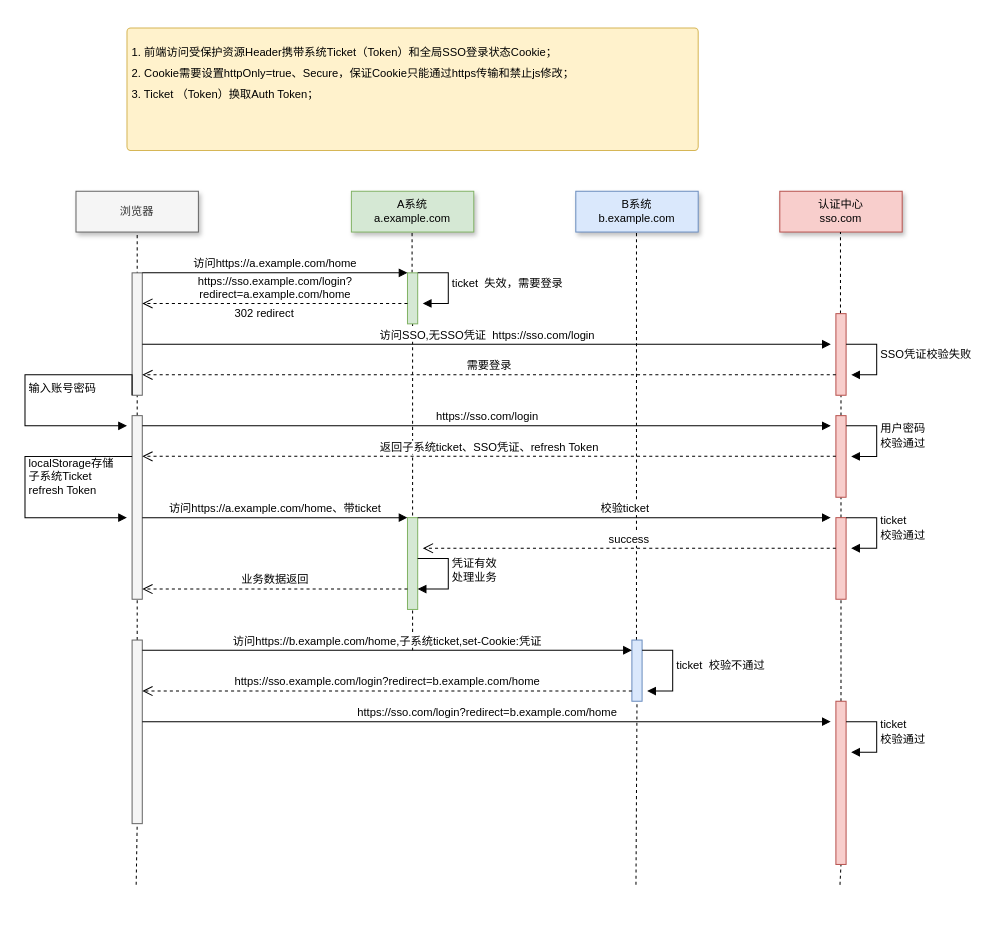
This is SSO-LOGIN.drawio from lance631/notes, a draw.io file, before an edit. Source tidied: cells renumbered, new cells numbered last; positions are measured from the earlier drawing's top-left corner, leaving out a move shared by most shapes. Both pictures are drawn from the tidied source at 102%, with x=0, y=0 at pixel (24, 28).
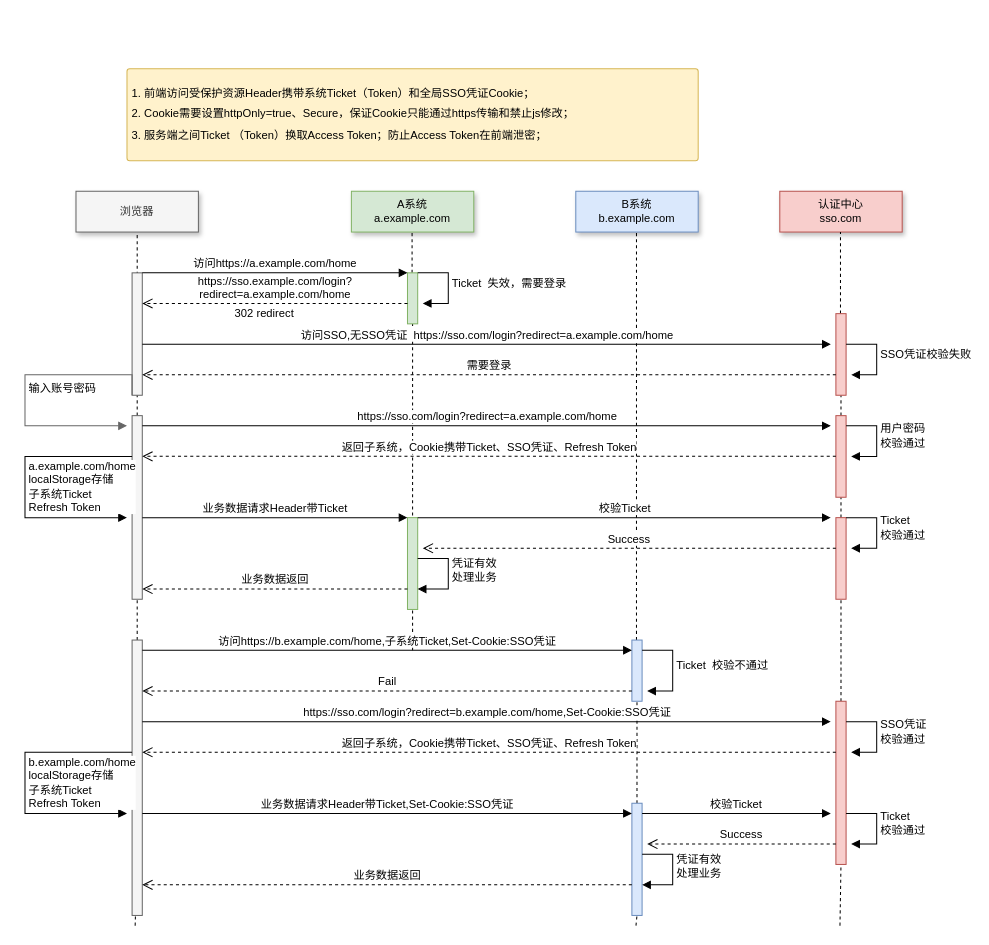
The same page after the edit.

Unchanged cells that the change refers to:
```xml
<mxCell id="24" style="html=1;points=[[0,0,0,0,5],[0,1,0,0,-5],[1,0,0,0,5],[1,1,0,0,-5]];perimeter=orthogonalPerimeter;outlineConnect=0;targetShapes=umlLifeline;portConstraint=eastwest;newEdgeStyle={&quot;curved&quot;:0,&quot;rounded&quot;:0};fillColor=#f5f5f5;fontColor=#333333;strokeColor=#666666;fontSize=11;" parent="1" vertex="1">
  <mxGeometry x="105" y="380" width="10" height="180" as="geometry" />
</mxCell>
<mxCell id="44" style="html=1;points=[[0,0,0,0,5],[0,1,0,0,-5],[1,0,0,0,5],[1,1,0,0,-5]];perimeter=orthogonalPerimeter;outlineConnect=0;targetShapes=umlLifeline;portConstraint=eastwest;newEdgeStyle={&quot;curved&quot;:0,&quot;rounded&quot;:0};fillColor=#dae8fc;strokeColor=#6c8ebf;fontSize=11;" parent="1" vertex="1">
  <mxGeometry x="595" y="600" width="10" height="60" as="geometry" />
</mxCell>
<mxCell id="50" style="html=1;points=[[0,0,0,0,5],[0,1,0,0,-5],[1,0,0,0,5],[1,1,0,0,-5]];perimeter=orthogonalPerimeter;outlineConnect=0;targetShapes=umlLifeline;portConstraint=eastwest;newEdgeStyle={&quot;curved&quot;:0,&quot;rounded&quot;:0};fillColor=#f8cecc;strokeColor=#b85450;fontSize=11;" parent="1" vertex="1">
  <mxGeometry x="795" y="660" width="10" height="160" as="geometry" />
</mxCell>
```

Change to the diagram source:
```diff
@@
     <mxCell id="2" style="rounded=1;whiteSpace=wrap;html=1;fillColor=#fff2cc;strokeColor=#d6b656;arcSize=3;fontSize=11;" parent="1" vertex="1">
-      <mxGeometry x="100" width="560" height="120" as="geometry" />
+      <mxGeometry x="100" y="40" width="560" height="90" as="geometry" />
     </mxCell>
-    <mxCell id="3" value="&lt;h1 style=&quot;font-size: 11px;&quot;&gt;&lt;font style=&quot;font-size: 11px; font-weight: normal;&quot;&gt;&lt;br style=&quot;font-size: 11px;&quot;&gt;&lt;/font&gt;&lt;/h1&gt;&lt;h1 style=&quot;font-size: 11px;&quot;&gt;&lt;font style=&quot;font-size: 11px; font-weight: normal;&quot;&gt;1. 前端访问受保护资源Header携带系统Ticket（Token）和全局SSO登录状态Cookie；&lt;/font&gt;&lt;/h1&gt;&lt;h1 style=&quot;font-size: 11px;&quot;&gt;&lt;span style=&quot;font-weight: normal; font-size: 11px;&quot;&gt;2. Cookie需要设置httpOnly=true、Secure，保证Cookie只能通过https传输和禁止js修改；&lt;/span&gt;&lt;/h1&gt;&lt;div style=&quot;font-size: 11px;&quot;&gt;&lt;span style=&quot;background-color: initial; font-size: 11px;&quot;&gt;3. Ticket （Token）换取Auth Token；&lt;/span&gt;&lt;br style=&quot;font-size: 11px;&quot;&gt;&lt;/div&gt;&lt;div style=&quot;font-size: 11px;&quot;&gt;&lt;font style=&quot;font-weight: normal; font-size: 11px;&quot;&gt;&lt;br style=&quot;font-size: 11px;&quot;&gt;&lt;/font&gt;&lt;/div&gt;" style="text;html=1;strokeColor=none;fillColor=none;spacing=5;spacingTop=-20;whiteSpace=wrap;overflow=hidden;rounded=0;fontSize=11;" parent="1" vertex="1">
-      <mxGeometry x="100" width="540" height="120" as="geometry" />
+    <mxCell id="3" value="&lt;h1 style=&quot;font-size: 11px;&quot;&gt;&lt;font style=&quot;font-size: 11px; font-weight: normal;&quot;&gt;&lt;br style=&quot;font-size: 11px;&quot;&gt;&lt;/font&gt;&lt;/h1&gt;&lt;h1 style=&quot;font-size: 11px;&quot;&gt;&lt;font style=&quot;font-size: 11px; font-weight: normal;&quot;&gt;1. 前端访问受保护资源Header携带系统Ticket（Token）和全局SSO凭证Cookie；&lt;/font&gt;&lt;/h1&gt;&lt;h1 style=&quot;font-size: 11px;&quot;&gt;&lt;span style=&quot;font-weight: normal; font-size: 11px;&quot;&gt;2. Cookie需要设置httpOnly=true、Secure，保证Cookie只能通过https传输和禁止js修改；&lt;/span&gt;&lt;/h1&gt;&lt;div style=&quot;font-size: 11px;&quot;&gt;&lt;span style=&quot;background-color: initial; font-size: 11px;&quot;&gt;3. 服务端之间Ticket （Token）换取Access Token；防止Access Token在前端泄密；&lt;/span&gt;&lt;/div&gt;" style="text;html=1;strokeColor=none;fillColor=none;spacing=5;spacingTop=-20;whiteSpace=wrap;overflow=hidden;rounded=0;fontSize=11;" parent="1" vertex="1">
+      <mxGeometry x="100" y="40" width="540" height="100" as="geometry" />
     </mxCell>
@@
-    <mxCell id="16" value="ticket&amp;nbsp; 失效，需要登录" style="html=1;align=left;spacingLeft=2;endArrow=block;rounded=0;edgeStyle=orthogonalEdgeStyle;curved=0;rounded=0;fontSize=11;" parent="1" edge="1">
+    <mxCell id="16" value="Ticket&amp;nbsp; 失效，需要登录" style="html=1;align=left;spacingLeft=2;endArrow=block;rounded=0;edgeStyle=orthogonalEdgeStyle;curved=0;rounded=0;fontSize=11;" parent="1" edge="1">
       <mxGeometry x="-0.06" relative="1" as="geometry">
         <mxPoint x="385" y="240" as="sourcePoint" />
         <mxPoint x="390" y="270" as="targetPoint" />
         <Array as="points">
           <mxPoint x="415" y="270" />
         </Array>
       </mxGeometry>
     </mxCell>
@@
-    <mxCell id="20" value="访问SSO,无SSO凭证&amp;nbsp; https://sso.com/login" style="html=1;verticalAlign=bottom;endArrow=block;curved=0;rounded=0;" parent="1" edge="1">
+    <mxCell id="20" value="访问SSO,无SSO凭证&amp;nbsp; https://sso.com/login?redirect=a.example.com/home" style="html=1;verticalAlign=bottom;endArrow=block;curved=0;rounded=0;" parent="1" edge="1">
       <mxGeometry relative="1" as="geometry">
         <mxPoint x="115" y="310" as="sourcePoint" />
         <mxPoint x="790" y="310" as="targetPoint" />
       </mxGeometry>
     </mxCell>
@@
-    <mxCell id="27" value="https://sso.com/login" style="html=1;verticalAlign=bottom;endArrow=block;curved=0;rounded=0;" parent="1" edge="1">
+    <mxCell id="27" value="https://sso.com/login?redirect=a.example.com/home" style="html=1;verticalAlign=bottom;endArrow=block;curved=0;rounded=0;" parent="1" edge="1">
       <mxGeometry relative="1" as="geometry">
         <mxPoint x="115" y="390" as="sourcePoint" />
         <mxPoint x="790" y="390" as="targetPoint" />
       </mxGeometry>
     </mxCell>
-    <mxCell id="28" value="输入账号密码" style="html=1;align=left;spacingLeft=2;endArrow=block;rounded=0;edgeStyle=orthogonalEdgeStyle;curved=0;rounded=0;fontSize=11;" parent="1" edge="1">
+    <mxCell id="28" value="输入账号密码" style="html=1;align=left;spacingLeft=2;endArrow=block;rounded=0;edgeStyle=orthogonalEdgeStyle;curved=0;rounded=0;fontSize=11;fillColor=#f5f5f5;strokeColor=#666666;" parent="1" edge="1">
       <mxGeometry relative="1" as="geometry">
         <mxPoint x="105" y="360" as="sourcePoint" />
         <mxPoint x="100" y="390" as="targetPoint" />
         <Array as="points">
           <mxPoint x="105" y="340" />
           <mxPoint y="340" />
           <mxPoint y="390" />
           <mxPoint x="100" y="390" />
         </Array>
       </mxGeometry>
     </mxCell>
@@
-    <mxCell id="30" value="返回子系统ticket、SSO凭证、refresh Token" style="html=1;verticalAlign=bottom;endArrow=open;dashed=1;endSize=8;curved=0;rounded=0;" parent="1" edge="1">
+    <mxCell id="30" value="返回子系统，Cookie携带Ticket、SSO凭证、Refresh Token" style="html=1;verticalAlign=bottom;endArrow=open;dashed=1;endSize=8;curved=0;rounded=0;" parent="1" edge="1">
       <mxGeometry relative="1" as="geometry">
         <mxPoint x="795" y="419.9" as="sourcePoint" />
         <mxPoint x="115" y="419.9" as="targetPoint" />
       </mxGeometry>
     </mxCell>
-    <mxCell id="31" value="localStorage存储&lt;br&gt;子系统Ticket&lt;br&gt;refresh Token" style="html=1;align=left;spacingLeft=2;endArrow=block;rounded=0;edgeStyle=orthogonalEdgeStyle;curved=0;rounded=0;fontSize=11;" parent="1" edge="1" source="24">
-      <mxGeometry x="-0.06" relative="1" as="geometry">
+    <mxCell id="31" value="a.example.com/home&lt;br&gt;localStorage存储&lt;br&gt;子系统Ticket&lt;br&gt;Refresh Token" style="html=1;align=left;spacingLeft=2;endArrow=block;rounded=0;edgeStyle=orthogonalEdgeStyle;curved=0;rounded=0;fontSize=11;" parent="1" edge="1" source="24">
+      <mxGeometry x="0.02" relative="1" as="geometry">
         <mxPoint x="100" y="480" as="targetPoint" />
         <Array as="points">
           <mxPoint y="420" />
           <mxPoint y="480" />
         </Array>
       </mxGeometry>
     </mxCell>
@@
-    <mxCell id="33" value="访问https://a.example.com/home、带ticket" style="html=1;verticalAlign=bottom;endArrow=block;curved=0;rounded=0;fontSize=11;" parent="1" edge="1">
+    <mxCell id="33" value="业务数据请求Header带Ticket" style="html=1;verticalAlign=bottom;endArrow=block;curved=0;rounded=0;fontSize=11;" parent="1" edge="1">
       <mxGeometry relative="1" as="geometry">
         <mxPoint x="115" y="480" as="sourcePoint" />
         <mxPoint x="375" y="480" as="targetPoint" />
         <Array as="points">
           <mxPoint x="210" y="480" />
         </Array>
       </mxGeometry>
     </mxCell>
@@
-    <mxCell id="36" value="校验ticket" style="html=1;verticalAlign=bottom;endArrow=block;curved=0;rounded=0;fontSize=11;" parent="1" edge="1">
+    <mxCell id="36" value="校验Ticket" style="html=1;verticalAlign=bottom;endArrow=block;curved=0;rounded=0;fontSize=11;" parent="1" edge="1">
       <mxGeometry relative="1" as="geometry">
         <mxPoint x="385" y="480" as="sourcePoint" />
         <mxPoint x="790" y="480" as="targetPoint" />
         <Array as="points">
           <mxPoint x="480" y="480" />
         </Array>
       </mxGeometry>
     </mxCell>
-    <mxCell id="37" value="ticket&lt;br&gt;校验通过" style="html=1;align=left;spacingLeft=2;endArrow=block;rounded=0;edgeStyle=orthogonalEdgeStyle;curved=0;rounded=0;fontSize=11;" parent="1" edge="1">
+    <mxCell id="37" value="Ticket&lt;br&gt;校验通过" style="html=1;align=left;spacingLeft=2;endArrow=block;rounded=0;edgeStyle=orthogonalEdgeStyle;curved=0;rounded=0;fontSize=11;" parent="1" edge="1">
       <mxGeometry x="-0.06" relative="1" as="geometry">
         <mxPoint x="805" y="480" as="sourcePoint" />
         <mxPoint x="810" y="510" as="targetPoint" />
         <Array as="points">
           <mxPoint x="835" y="510" />
         </Array>
       </mxGeometry>
     </mxCell>
-    <mxCell id="38" value="success" style="html=1;verticalAlign=bottom;endArrow=open;dashed=1;endSize=8;curved=0;rounded=0;" parent="1" edge="1">
+    <mxCell id="38" value="Success" style="html=1;verticalAlign=bottom;endArrow=open;dashed=1;endSize=8;curved=0;rounded=0;" parent="1" edge="1">
       <mxGeometry relative="1" as="geometry">
         <mxPoint x="795" y="510" as="sourcePoint" />
         <mxPoint x="390" y="510" as="targetPoint" />
       </mxGeometry>
     </mxCell>
@@
     <mxCell id="41" style="endArrow=none;dashed=1;html=1;rounded=0;entryX=0.5;entryY=1;entryDx=0;entryDy=0;" parent="1" edge="1" target="42">
       <mxGeometry relative="1" as="geometry">
-        <mxPoint x="109" y="840" as="sourcePoint" />
+        <mxPoint x="108" y="880" as="sourcePoint" />
+        <Array as="points">
+          <mxPoint x="110" y="810" />
+        </Array>
       </mxGeometry>
     </mxCell>
     <mxCell id="42" style="html=1;points=[[0,0,0,0,5],[0,1,0,0,-5],[1,0,0,0,5],[1,1,0,0,-5]];perimeter=orthogonalPerimeter;outlineConnect=0;targetShapes=umlLifeline;portConstraint=eastwest;newEdgeStyle={&quot;curved&quot;:0,&quot;rounded&quot;:0};fillColor=#f5f5f5;fontColor=#333333;strokeColor=#666666;fontSize=11;" parent="1" vertex="1">
-      <mxGeometry x="105" y="600" width="10" height="180" as="geometry" />
+      <mxGeometry x="105" y="600" width="10" height="270" as="geometry" />
     </mxCell>
-    <mxCell id="43" style="endArrow=none;dashed=1;html=1;rounded=0;entryX=0.5;entryY=1;entryDx=0;entryDy=0;" parent="1" edge="1" target="44">
-      <mxGeometry relative="1" as="geometry">
-        <mxPoint x="599" y="840" as="sourcePoint" />
-      </mxGeometry>
+    <mxCell id="43" style="endArrow=none;dashed=1;html=1;rounded=0;entryX=0.5;entryY=1;entryDx=0;entryDy=0;" parent="1" edge="1" source="55" target="44">
+      <mxGeometry relative="1" as="geometry" />
     </mxCell>
@@
-    <mxCell id="45" value="访问https://b.example.com/home,子系统ticket,set-Cookie:凭证" style="html=1;verticalAlign=bottom;endArrow=block;curved=0;rounded=0;fontSize=11;" parent="1" edge="1" target="44">
+    <mxCell id="45" value="访问https://b.example.com/home,子系统Ticket,Set-Cookie:SSO凭证" style="html=1;verticalAlign=bottom;endArrow=block;curved=0;rounded=0;fontSize=11;" parent="1" edge="1" target="44">
       <mxGeometry relative="1" as="geometry">
         <mxPoint x="115" y="610" as="sourcePoint" />
         <Array as="points">
           <mxPoint x="210" y="610" />
         </Array>
       </mxGeometry>
     </mxCell>
-    <mxCell id="46" value="ticket&amp;nbsp; 校验不通过" style="html=1;align=left;spacingLeft=2;endArrow=block;rounded=0;edgeStyle=orthogonalEdgeStyle;curved=0;rounded=0;fontSize=11;" parent="1" edge="1">
-      <mxGeometry x="-0.06" relative="1" as="geometry">
+    <mxCell id="46" value="Ticket&amp;nbsp; 校验不通过" style="html=1;align=left;spacingLeft=2;endArrow=block;rounded=0;edgeStyle=orthogonalEdgeStyle;curved=0;rounded=0;fontSize=11;" parent="1" edge="1">
+      <mxGeometry x="-0.05" relative="1" as="geometry">
         <mxPoint x="605" y="610" as="sourcePoint" />
         <mxPoint x="610" y="650" as="targetPoint" />
         <Array as="points">
           <mxPoint x="635" y="610" />
           <mxPoint x="635" y="650" />
           <mxPoint x="610" y="650" />
         </Array>
       </mxGeometry>
     </mxCell>
@@
-    <mxCell id="48" value="https://sso.example.com/login?redirect=b.example.com/home" style="html=1;verticalAlign=bottom;endArrow=open;dashed=1;endSize=8;curved=0;rounded=0;" parent="1" edge="1" target="42">
+    <mxCell id="48" value="Fail" style="html=1;verticalAlign=bottom;endArrow=open;dashed=1;endSize=8;curved=0;rounded=0;" parent="1" edge="1" target="42">
       <mxGeometry relative="1" as="geometry">
         <mxPoint x="595" y="650" as="sourcePoint" />
       </mxGeometry>
     </mxCell>
     <mxCell id="49" style="endArrow=none;dashed=1;html=1;rounded=0;entryX=0.5;entryY=1;entryDx=0;entryDy=0;" parent="1" edge="1" target="50">
       <mxGeometry relative="1" as="geometry">
-        <mxPoint x="799" y="840" as="sourcePoint" />
+        <mxPoint x="799" y="880" as="sourcePoint" />
       </mxGeometry>
     </mxCell>
@@
-    <mxCell id="51" value="ticket&lt;br&gt;校验通过" style="html=1;align=left;spacingLeft=2;endArrow=block;rounded=0;edgeStyle=orthogonalEdgeStyle;curved=0;rounded=0;fontSize=11;" parent="1" edge="1">
+    <mxCell id="51" value="SSO凭证&lt;br&gt;校验通过" style="html=1;align=left;spacingLeft=2;endArrow=block;rounded=0;edgeStyle=orthogonalEdgeStyle;curved=0;rounded=0;fontSize=11;" parent="1" edge="1">
       <mxGeometry x="-0.06" relative="1" as="geometry">
         <mxPoint x="805" y="680" as="sourcePoint" />
         <mxPoint x="810" y="710" as="targetPoint" />
         <Array as="points">
           <mxPoint x="835" y="710" />
         </Array>
       </mxGeometry>
     </mxCell>
-    <mxCell id="52" value="https://sso.com/login?redirect=b.example.com/home" style="html=1;verticalAlign=bottom;endArrow=block;curved=0;rounded=0;" parent="1" edge="1">
+    <mxCell id="52" value="https://sso.com/login?redirect=b.example.com/home,Set-Cookie:SSO凭证" style="html=1;verticalAlign=bottom;endArrow=block;curved=0;rounded=0;" parent="1" edge="1">
       <mxGeometry relative="1" as="geometry">
         <mxPoint x="115" y="680" as="sourcePoint" />
         <mxPoint x="790" y="680" as="targetPoint" />
       </mxGeometry>
     </mxCell>
+    <mxCell id="53" value="返回子系统，Cookie携带Ticket、SSO凭证、Refresh Token" style="html=1;verticalAlign=bottom;endArrow=open;dashed=1;endSize=8;curved=0;rounded=0;" parent="1" edge="1" target="42">
+      <mxGeometry relative="1" as="geometry">
+        <mxPoint x="795" y="710" as="sourcePoint" />
+      </mxGeometry>
+    </mxCell>
+    <mxCell id="54" style="endArrow=none;dashed=1;html=1;rounded=0;entryX=0.5;entryY=1;entryDx=0;entryDy=0;" parent="1" edge="1" target="55">
+      <mxGeometry relative="1" as="geometry">
+        <mxPoint x="599" y="880" as="sourcePoint" />
+      </mxGeometry>
+    </mxCell>
+    <mxCell id="55" style="html=1;points=[[0,0,0,0,5],[0,1,0,0,-5],[1,0,0,0,5],[1,1,0,0,-5]];perimeter=orthogonalPerimeter;outlineConnect=0;targetShapes=umlLifeline;portConstraint=eastwest;newEdgeStyle={&quot;curved&quot;:0,&quot;rounded&quot;:0};fillColor=#dae8fc;strokeColor=#6c8ebf;fontSize=11;" parent="1" vertex="1">
+      <mxGeometry x="595" y="760" width="10" height="110" as="geometry" />
+    </mxCell>
+    <mxCell id="56" value="b.example.com/home&lt;br&gt;localStorage存储&lt;br&gt;子系统Ticket&lt;br&gt;Refresh Token" style="html=1;align=left;spacingLeft=2;endArrow=block;rounded=0;edgeStyle=orthogonalEdgeStyle;curved=0;rounded=0;fontSize=11;" parent="1" edge="1">
+      <mxGeometry x="0.02" relative="1" as="geometry">
+        <mxPoint x="105" y="710" as="sourcePoint" />
+        <mxPoint x="100" y="770" as="targetPoint" />
+        <Array as="points">
+          <mxPoint y="710" />
+          <mxPoint y="770" />
+        </Array>
+      </mxGeometry>
+    </mxCell>
+    <mxCell id="57" value="业务数据请求Header带Ticket,Set-Cookie:SSO凭证" style="html=1;verticalAlign=bottom;endArrow=block;curved=0;rounded=0;fontSize=11;" parent="1" edge="1" target="55">
+      <mxGeometry relative="1" as="geometry">
+        <mxPoint x="115" y="770" as="sourcePoint" />
+        <Array as="points">
+          <mxPoint x="210" y="770" />
+        </Array>
+      </mxGeometry>
+    </mxCell>
+    <mxCell id="58" value="校验Ticket" style="html=1;verticalAlign=bottom;endArrow=block;curved=0;rounded=0;fontSize=11;" parent="1" edge="1">
+      <mxGeometry x="-0.01" relative="1" as="geometry">
+        <mxPoint x="605" y="770" as="sourcePoint" />
+        <mxPoint x="790" y="770" as="targetPoint" />
+      </mxGeometry>
+    </mxCell>
+    <mxCell id="59" value="Ticket&lt;br style=&quot;border-color: var(--border-color);&quot;&gt;校验通过" style="html=1;align=left;spacingLeft=2;endArrow=block;rounded=0;edgeStyle=orthogonalEdgeStyle;curved=0;rounded=0;fontSize=11;" parent="1" edge="1">
+      <mxGeometry x="-0.06" relative="1" as="geometry">
+        <mxPoint x="805" y="770" as="sourcePoint" />
+        <mxPoint x="810" y="800" as="targetPoint" />
+        <Array as="points">
+          <mxPoint x="835" y="800" />
+        </Array>
+      </mxGeometry>
+    </mxCell>
+    <mxCell id="60" value="Success" style="html=1;verticalAlign=bottom;endArrow=open;dashed=1;endSize=8;curved=0;rounded=0;" parent="1" edge="1">
+      <mxGeometry relative="1" as="geometry">
+        <mxPoint x="795" y="800" as="sourcePoint" />
+        <mxPoint x="610" y="800" as="targetPoint" />
+      </mxGeometry>
+    </mxCell>
+    <mxCell id="61" value="凭证有效&lt;br&gt;处理业务" style="html=1;align=left;spacingLeft=2;endArrow=block;rounded=0;edgeStyle=orthogonalEdgeStyle;curved=0;rounded=0;fontSize=11;" parent="1" edge="1">
+      <mxGeometry x="-0.06" relative="1" as="geometry">
+        <mxPoint x="605" y="810" as="sourcePoint" />
+        <mxPoint x="605" y="840" as="targetPoint" />
+        <Array as="points">
+          <mxPoint x="635" y="810" />
+          <mxPoint x="635" y="840" />
+        </Array>
+      </mxGeometry>
+    </mxCell>
+    <mxCell id="62" value="业务数据返回" style="html=1;verticalAlign=bottom;endArrow=open;dashed=1;endSize=8;curved=0;rounded=0;" parent="1" edge="1" target="42">
+      <mxGeometry relative="1" as="geometry">
+        <mxPoint x="595" y="840" as="sourcePoint" />
+      </mxGeometry>
+    </mxCell>
```
